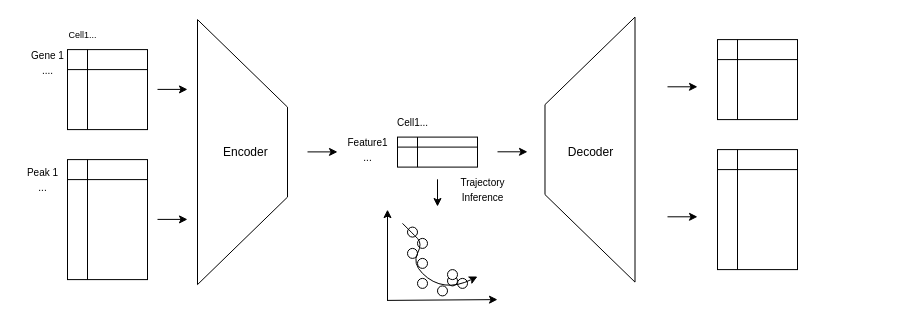
Above: architecture.drawio in GETUPATNINE/gpr (draw.io), before the change. Source tidied: cells renumbered, new cells numbered last; positions are measured from the earlier drawing's top-left corner, leaving out a move shared by most shapes. Both pictures are drawn from the tidied source at 100%, with x=0, y=0 at pixel (17, 19).
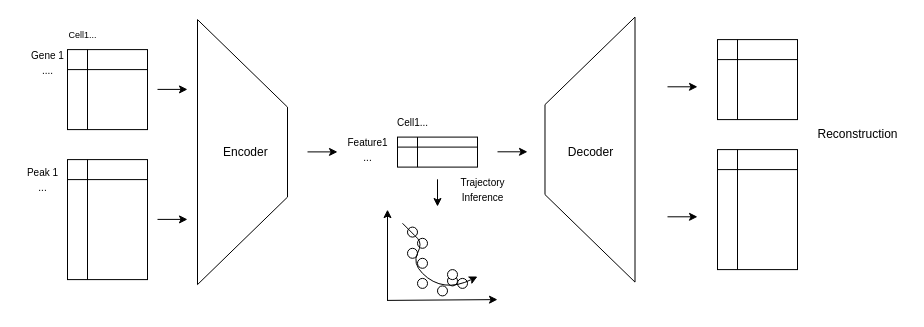
After the change.

Diff of the diagram source:
```diff
@@
     <mxCell id="15" style="ellipse;whiteSpace=wrap;html=1;" parent="1" vertex="1">
-      <mxGeometry x="400" y="218.9" width="10" height="10" as="geometry" />
+      <mxGeometry x="400" y="218.8" width="10" height="10" as="geometry" />
     </mxCell>
     <mxCell id="16" style="ellipse;whiteSpace=wrap;html=1;" parent="1" vertex="1">
-      <mxGeometry x="390" y="228.9" width="10" height="10" as="geometry" />
+      <mxGeometry x="390" y="228.8" width="10" height="10" as="geometry" />
     </mxCell>
     <mxCell id="17" style="ellipse;whiteSpace=wrap;html=1;direction=south;" parent="1" vertex="1">
-      <mxGeometry x="400" y="238.9" width="10" height="10" as="geometry" />
+      <mxGeometry x="400" y="238.8" width="10" height="10" as="geometry" />
     </mxCell>
@@
     <mxCell id="28" style="curved=1;endArrow=classic;html=1;rounded=0;" parent="1" edge="1">
       <mxGeometry relative="1" as="geometry">
-        <mxPoint x="385" y="203.9" as="sourcePoint" />
+        <mxPoint x="385" y="203.8" as="sourcePoint" />
         <mxPoint x="460" y="257" as="targetPoint" />
         <Array as="points">
-          <mxPoint x="395" y="213.9" />
-          <mxPoint x="405" y="223.9" />
-          <mxPoint x="395" y="243.9" />
+          <mxPoint x="395" y="213.8" />
+          <mxPoint x="405" y="223.8" />
+          <mxPoint x="395" y="243.8" />
           <mxPoint x="415" y="263.9" />
           <mxPoint x="440" y="267" />
         </Array>
       </mxGeometry>
     </mxCell>
@@
+    <mxCell id="36" value="Reconstruction" style="text;html=1;align=center;verticalAlign=middle;strokeColor=none;fillColor=none;" parent="1" vertex="1">
+      <mxGeometry x="790" y="100.1" width="100" height="30" as="geometry" />
+    </mxCell>
```
